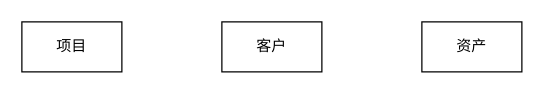
BxcGit/draw keeps this draw.io diagram as 业务.drawio. Above is the earlier version. Source tidied: cells renumbered, new cells numbered last; positions are measured from the earlier drawing's top-left corner, leaving out a move shared by most shapes. Both pictures are drawn from the tidied source at 125%, with x=0, y=0 at pixel (21, 21).
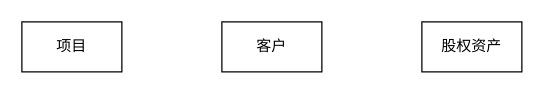
Above is the later version.

Diff of the diagram source:
```diff
@@
 <mxGraphModel>
   <root>
     <mxCell id="0" />
     <mxCell id="1" parent="0" />
     <mxCell id="2" value="项目" style="rounded=0;whiteSpace=wrap;html=1;" parent="1" vertex="1">
       <mxGeometry width="80" height="40" as="geometry" />
     </mxCell>
     <mxCell id="3" value="客户" style="rounded=0;whiteSpace=wrap;html=1;" parent="1" vertex="1">
       <mxGeometry x="160" width="80" height="40" as="geometry" />
     </mxCell>
-    <mxCell id="4" value="资产" style="rounded=0;whiteSpace=wrap;html=1;" parent="1" vertex="1">
+    <mxCell id="4" value="股权资产" style="rounded=0;whiteSpace=wrap;html=1;" parent="1" vertex="1">
       <mxGeometry x="320" width="80" height="40" as="geometry" />
     </mxCell>
   </root>
 </mxGraphModel>
```
